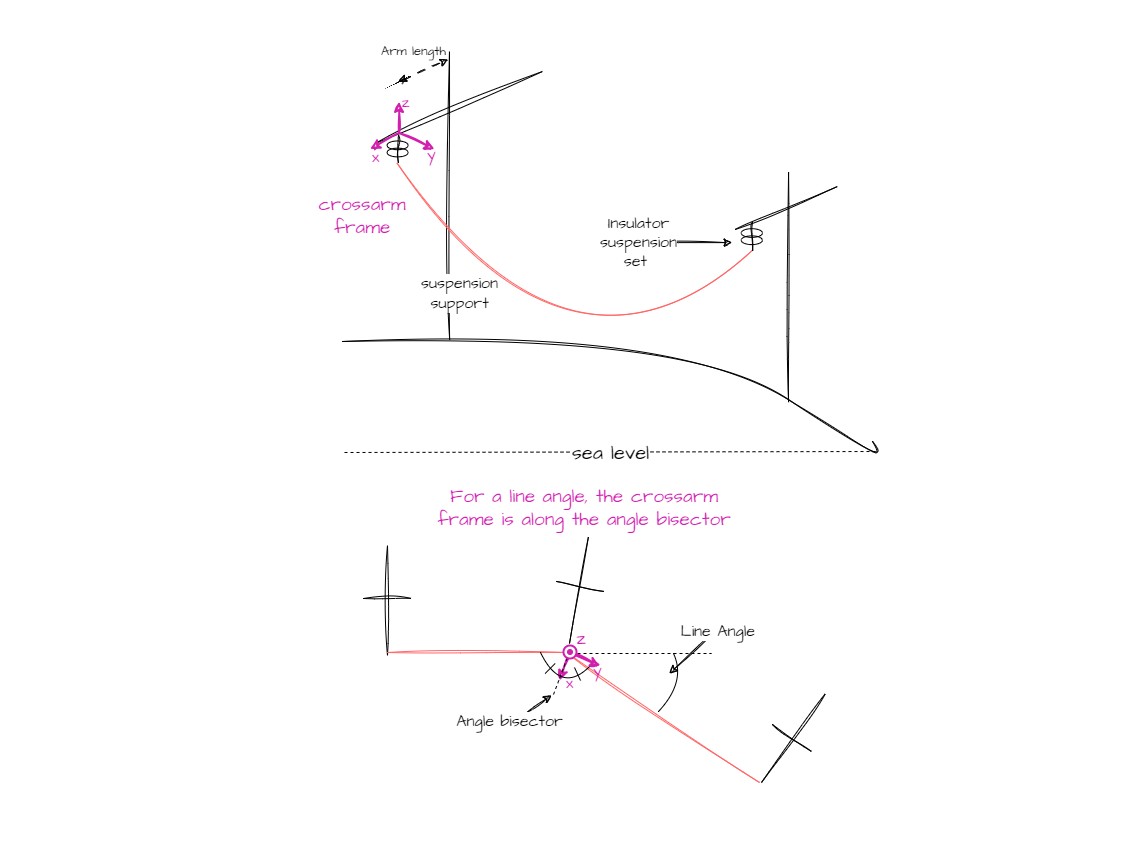
Earlier version of the draw.io export docs/user_guide/assets/support_frame.drawio.png (phlowers/mechaphlowers). Source tidied: cells renumbered, new cells last; positions are measured from the earlier drawing's top-left corner, leaving out a move shared by most shapes.
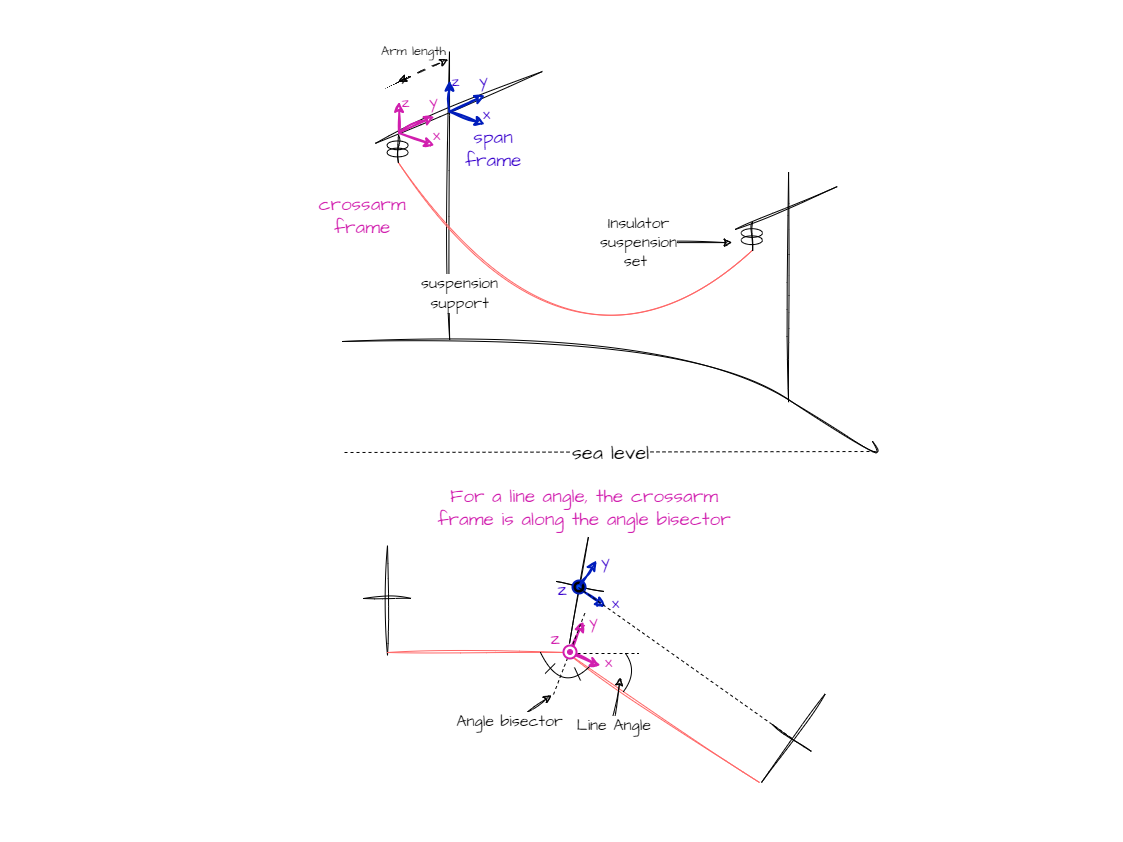
The same diagram one commit later.

The edit, as a diff of the source:
```diff
@@ -5,10 +5,11 @@
     <mxCell id="2" style="rounded=0;whiteSpace=wrap;html=1;labelBackgroundColor=none;sketch=0;hachureGap=4;jiggle=2;curveFitting=1;strokeWidth=2;fontFamily=Architects Daughter;fontSource=https%3A%2F%2Ffonts.googleapis.com%2Fcss%3Ffamily%3DArchitects%2BDaughter;fontSize=19;fontColor=#D11FAE;fillColor=default;gradientColor=none;arcSize=9;strokeColor=none;" parent="1" vertex="1">
       <mxGeometry x="-0.5" width="1120.1" height="840" as="geometry" />
     </mxCell>
-    <mxCell id="3" value="x" style="endArrow=classic;html=1;sketch=1;hachureGap=4;jiggle=2;curveFitting=1;fontFamily=Architects Daughter;fontSource=https%3A%2F%2Ffonts.googleapis.com%2Fcss%3Ffamily%3DArchitects%2BDaughter;fontSize=16;fillColor=#d80073;strokeColor=#D11FAE;fontColor=#d11fae;labelBackgroundColor=none;strokeWidth=2;" parent="1" edge="1">
-      <mxGeometry x="0.9" y="10" relative="1" as="geometry">
+    <mxCell id="3" value="y" style="endArrow=classic;html=1;sketch=1;hachureGap=4;jiggle=2;curveFitting=1;fontFamily=Architects Daughter;fontSource=https%3A%2F%2Ffonts.googleapis.com%2Fcss%3Ffamily%3DArchitects%2BDaughter;fontSize=16;fillColor=#d80073;strokeColor=#D11FAE;fontColor=#d11fae;labelBackgroundColor=none;strokeWidth=2;" parent="1" edge="1">
+      <mxGeometry x="1" y="-10" relative="1" as="geometry">
         <mxPoint x="568" y="652" as="sourcePoint" />
-        <mxPoint x="558" y="679" as="targetPoint" />
+        <mxPoint x="582" y="620" as="targetPoint" />
+        <mxPoint x="1" y="-4" as="offset" />
       </mxGeometry>
     </mxCell>
     <mxCell id="4" style="group;fontColor=#A50040;labelBackgroundColor=none;" parent="1" vertex="1">
@@ -17,7 +18,7 @@
     <mxCell id="5" style="endArrow=none;html=1;hachureGap=4;fontFamily=Architects Daughter;fontSource=https%3A%2F%2Ffonts.googleapis.com%2Fcss%3Ffamily%3DArchitects%2BDaughter;fontSize=16;dashed=1;" parent="4" edge="1">
       <mxGeometry relative="1" as="geometry">
         <mxPoint x="299" y="149" as="sourcePoint" />
-        <mxPoint x="316" y="104" as="targetPoint" />
+        <mxPoint x="331" y="66" as="targetPoint" />
       </mxGeometry>
     </mxCell>
     <mxCell id="6" style="endArrow=none;html=1;sketch=1;hachureGap=4;jiggle=2;curveFitting=1;fontFamily=Architects Daughter;fontSource=https%3A%2F%2Ffonts.googleapis.com%2Fcss%3Ffamily%3DArchitects%2BDaughter;fontSize=16;" parent="4" edge="1">
@@ -61,8 +62,8 @@
     </mxCell>
     <mxCell id="13" value="&amp;nbsp;Line Angle" style="endArrow=classic;startArrow=none;html=1;rounded=0;shadow=0;sketch=1;hachureGap=4;jiggle=2;curveFitting=1;strokeColor=default;fontFamily=Architects Daughter;fontSource=https%3A%2F%2Ffonts.googleapis.com%2Fcss%3Ffamily%3DArchitects%2BDaughter;fontSize=16;startSize=6;endSize=6;curved=1;jumpSize=6;startFill=0;" parent="4" edge="1">
       <mxGeometry x="-0.96" y="1" relative="1" as="geometry">
-        <mxPoint x="461" y="84.2" as="sourcePoint" />
-        <mxPoint x="415" y="128" as="targetPoint" />
+        <mxPoint x="357" y="181" as="sourcePoint" />
+        <mxPoint x="366" y="132" as="targetPoint" />
       </mxGeometry>
     </mxCell>
     <mxCell id="14" value="Angle bisector" style="endArrow=classic;startArrow=none;html=1;rounded=0;shadow=0;sketch=1;hachureGap=4;jiggle=2;curveFitting=1;strokeColor=default;fontFamily=Architects Daughter;fontSource=https%3A%2F%2Ffonts.googleapis.com%2Fcss%3Ffamily%3DArchitects%2BDaughter;fontSize=16;startSize=6;endSize=6;curved=1;jumpSize=6;startFill=0;" parent="4" edge="1">
@@ -75,15 +76,15 @@
     <mxCell id="15" style="endArrow=none;dashed=1;html=1;strokeWidth=1;hachureGap=4;fontFamily=Architects Daughter;fontSource=https%3A%2F%2Ffonts.googleapis.com%2Fcss%3Ffamily%3DArchitects%2BDaughter;fontSize=20;" parent="4" edge="1">
       <mxGeometry relative="1" as="geometry">
         <mxPoint x="317" y="108" as="sourcePoint" />
-        <mxPoint x="457" y="108" as="targetPoint" />
+        <mxPoint x="384" y="108" as="targetPoint" />
       </mxGeometry>
     </mxCell>
     <mxCell id="16" style="endArrow=none;html=1;sketch=0;hachureGap=4;jiggle=2;curveFitting=1;strokeWidth=1;fontFamily=Architects Daughter;fontSource=https%3A%2F%2Ffonts.googleapis.com%2Fcss%3Ffamily%3DArchitects%2BDaughter;fontSize=20;curved=1;" parent="4" edge="1">
       <mxGeometry relative="1" as="geometry">
-        <mxPoint x="404" y="166" as="sourcePoint" />
-        <mxPoint x="419" y="108" as="targetPoint" />
+        <mxPoint x="369" y="146" as="sourcePoint" />
+        <mxPoint x="371" y="108" as="targetPoint" />
         <Array as="points">
-          <mxPoint x="432" y="136" />
+          <mxPoint x="384" y="126" />
         </Array>
       </mxGeometry>
     </mxCell>
@@ -108,10 +109,11 @@
         <mxPoint x="320" y="122" as="targetPoint" />
       </mxGeometry>
     </mxCell>
-    <mxCell id="20" value="y" style="endArrow=classic;html=1;sketch=1;hachureGap=4;jiggle=2;curveFitting=1;fontFamily=Architects Daughter;fontSource=https%3A%2F%2Ffonts.googleapis.com%2Fcss%3Ffamily%3DArchitects%2BDaughter;fontSize=16;labelBackgroundColor=none;fontColor=#d11fae;fillColor=#d80073;strokeColor=#D11FAE;strokeWidth=2;" parent="4" edge="1">
-      <mxGeometry x="0.95" y="-6" relative="1" as="geometry">
+    <mxCell id="20" value="x" style="endArrow=classic;html=1;sketch=1;hachureGap=4;jiggle=2;curveFitting=1;fontFamily=Architects Daughter;fontSource=https%3A%2F%2Ffonts.googleapis.com%2Fcss%3Ffamily%3DArchitects%2BDaughter;fontSize=16;labelBackgroundColor=none;fontColor=#d11fae;fillColor=#d80073;strokeColor=#D11FAE;strokeWidth=2;" parent="4" edge="1">
+      <mxGeometry x="1" y="9" relative="1" as="geometry">
         <mxPoint x="315" y="108" as="sourcePoint" />
         <mxPoint x="346" y="120" as="targetPoint" />
+        <mxPoint x="5" y="5" as="offset" />
       </mxGeometry>
     </mxCell>
     <mxCell id="21" style="ellipse;whiteSpace=wrap;html=1;hachureGap=4;fontFamily=Architects Daughter;fontSource=https%3A%2F%2Ffonts.googleapis.com%2Fcss%3Ffamily%3DArchitects%2BDaughter;fontSize=19;fontColor=#d11fae;labelBackgroundColor=none;endArrow=classic;rounded=1;strokeColor=#D11FAE;fillColor=default;verticalAlign=middle;" parent="4" vertex="1">
@@ -124,7 +126,7 @@
       <mxGeometry x="313" y="104" width="5" height="5" as="geometry" />
     </mxCell>
     <mxCell id="24" value="z" style="text;html=1;strokeColor=none;fillColor=none;align=center;verticalAlign=middle;whiteSpace=wrap;rounded=0;labelBackgroundColor=none;sketch=0;hachureGap=4;jiggle=2;curveFitting=1;fontFamily=Architects Daughter;fontSource=https%3A%2F%2Ffonts.googleapis.com%2Fcss%3Ffamily%3DArchitects%2BDaughter;fontSize=19;fontColor=#D11FAE;" parent="4" vertex="1">
-      <mxGeometry x="317" y="84.2" width="20" height="20" as="geometry" />
+      <mxGeometry x="291" y="84.2" width="20" height="20" as="geometry" />
     </mxCell>
     <mxCell id="25" style="group;rotation=10.9;" parent="4" vertex="1">
       <mxGeometry x="301" y="-10" width="49" height="109" as="geometry" />
@@ -184,39 +186,6 @@
         <mxPoint x="369.6" y="171.1" as="targetPoint" />
       </mxGeometry>
     </mxCell>
-    <mxCell id="35" style="group;rotation=-90;" parent="28" vertex="1">
-      <mxGeometry x="20.5" y="67.6" width="57.8" height="21.6" as="geometry" />
-    </mxCell>
-    <mxCell id="36" style="ellipse;whiteSpace=wrap;html=1;shadow=0;hachureGap=4;strokeWidth=1;fontFamily=Architects Daughter;fontSource=https%3A%2F%2Ffonts.googleapis.com%2Fcss%3Ffamily%3DArchitects%2BDaughter;fontSize=20;fillColor=none;rotation=-90;" parent="35" vertex="1">
-      <mxGeometry x="10.3" y="2.9" width="8.6" height="21.1" as="geometry" />
-    </mxCell>
-    <mxCell id="37" style="line;strokeWidth=1;html=1;perimeter=backbonePerimeter;points=[];outlineConnect=0;sketch=1;hachureGap=4;jiggle=2;curveFitting=1;fontFamily=Architects Daughter;fontSource=https%3A%2F%2Ffonts.googleapis.com%2Fcss%3Ffamily%3DArchitects%2BDaughter;fontSize=20;direction=south;rotation=0;shadow=0;fillColor=#18141D;" parent="35" vertex="1">
-      <mxGeometry x="14.1" y="-4.3" width="2.6" height="28.1" as="geometry" />
-    </mxCell>
-    <mxCell id="38" style="ellipse;whiteSpace=wrap;html=1;shadow=0;hachureGap=4;strokeWidth=1;fontFamily=Architects Daughter;fontSource=https%3A%2F%2Ffonts.googleapis.com%2Fcss%3Ffamily%3DArchitects%2BDaughter;fontSize=20;fillColor=none;rotation=-90;" parent="35" vertex="1">
-      <mxGeometry x="10.3" y="-4.3" width="8.6" height="21.1" as="geometry" />
-    </mxCell>
-    <mxCell id="39" style="group;" parent="35" vertex="1">
-      <mxGeometry x="-13" y="-37.4" width="64.6" height="47.4" as="geometry" />
-    </mxCell>
-    <mxCell id="40" value="y" style="endArrow=classic;html=1;sketch=1;hachureGap=4;jiggle=2;curveFitting=1;fontFamily=Architects Daughter;fontSource=https%3A%2F%2Ffonts.googleapis.com%2Fcss%3Ffamily%3DArchitects%2BDaughter;fontSize=16;labelBackgroundColor=none;fontColor=#d11fae;fillColor=#d80073;strokeColor=#D11FAE;strokeWidth=2;" parent="39" edge="1">
-      <mxGeometry x="0.95" y="-6" relative="1" as="geometry">
-        <mxPoint x="29.1" y="31.2" as="sourcePoint" />
-        <mxPoint x="64.6" y="47.4" as="targetPoint" />
-      </mxGeometry>
-    </mxCell>
-    <mxCell id="41" value="z" style="endArrow=classic;html=1;sketch=1;hachureGap=4;jiggle=2;curveFitting=1;fontFamily=Architects Daughter;fontSource=https%3A%2F%2Ffonts.googleapis.com%2Fcss%3Ffamily%3DArchitects%2BDaughter;fontSize=16;labelBackgroundColor=none;fontColor=#d11fae;fillColor=#d80073;strokeColor=#D11FAE;strokeWidth=2;" parent="39" edge="1">
-      <mxGeometry x="0.95" y="-6" relative="1" as="geometry">
-        <mxPoint x="29.1" y="30.6" as="sourcePoint" />
-        <mxPoint x="29.1" as="targetPoint" />
-      </mxGeometry>
-    </mxCell>
-    <mxCell id="42" value="x" style="endArrow=classic;html=1;sketch=1;hachureGap=4;jiggle=2;curveFitting=1;fontFamily=Architects Daughter;fontSource=https%3A%2F%2Ffonts.googleapis.com%2Fcss%3Ffamily%3DArchitects%2BDaughter;fontSize=16;fillColor=#d80073;strokeColor=#D11FAE;fontColor=#d11fae;labelBackgroundColor=none;strokeWidth=2;" parent="39" edge="1">
-      <mxGeometry x="0.9" y="10" relative="1" as="geometry">
-        <mxPoint x="29.1" y="31.2" as="sourcePoint" />
-        <mxPoint y="47.4" as="targetPoint" />
-      </mxGeometry>
-    </mxCell>
     <mxCell id="43" style="group;rotation=-90;" parent="28" vertex="1">
       <mxGeometry x="374.7" y="155.3" width="26.5" height="21.6" as="geometry" />
     </mxCell>
@@ -242,6 +211,37 @@
         <mxPoint x="514.7" y="380" as="targetPoint" />
       </mxGeometry>
     </mxCell>
+    <mxCell id="36" style="ellipse;whiteSpace=wrap;html=1;shadow=0;hachureGap=4;strokeWidth=1;fontFamily=Architects Daughter;fontSource=https%3A%2F%2Ffonts.googleapis.com%2Fcss%3Ffamily%3DArchitects%2BDaughter;fontSize=20;fillColor=none;rotation=-90;" parent="28" vertex="1">
+      <mxGeometry x="30.8" y="70.5" width="8.6" height="21.1" as="geometry" />
+    </mxCell>
+    <mxCell id="37" style="line;strokeWidth=1;html=1;perimeter=backbonePerimeter;points=[];outlineConnect=0;sketch=1;hachureGap=4;jiggle=2;curveFitting=1;fontFamily=Architects Daughter;fontSource=https%3A%2F%2Ffonts.googleapis.com%2Fcss%3Ffamily%3DArchitects%2BDaughter;fontSize=20;direction=south;rotation=0;shadow=0;fillColor=#18141D;" parent="28" vertex="1">
+      <mxGeometry x="34.7" y="63.3" width="2.6" height="28.1" as="geometry" />
+    </mxCell>
+    <mxCell id="38" style="ellipse;whiteSpace=wrap;html=1;shadow=0;hachureGap=4;strokeWidth=1;fontFamily=Architects Daughter;fontSource=https%3A%2F%2Ffonts.googleapis.com%2Fcss%3Ffamily%3DArchitects%2BDaughter;fontSize=20;fillColor=none;rotation=-90;" parent="28" vertex="1">
+      <mxGeometry x="30.8" y="63.3" width="8.6" height="21.1" as="geometry" />
+    </mxCell>
+    <mxCell id="40" value="y" style="endArrow=classic;html=1;sketch=1;hachureGap=4;jiggle=2;curveFitting=1;fontFamily=Architects Daughter;fontSource=https%3A%2F%2Ffonts.googleapis.com%2Fcss%3Ffamily%3DArchitects%2BDaughter;fontSize=16;labelBackgroundColor=none;fontColor=#d11fae;fillColor=#d80073;strokeColor=#D11FAE;strokeWidth=2;" parent="28" edge="1">
+      <mxGeometry x="1" y="15" relative="1" as="geometry">
+        <mxPoint x="36.6" y="61.4" as="sourcePoint" />
+        <mxPoint x="72" y="45" as="targetPoint" />
+        <mxPoint x="5" y="-1" as="offset" />
+      </mxGeometry>
+    </mxCell>
+    <mxCell id="41" value="z" style="endArrow=classic;html=1;sketch=1;hachureGap=4;jiggle=2;curveFitting=1;fontFamily=Architects Daughter;fontSource=https%3A%2F%2Ffonts.googleapis.com%2Fcss%3Ffamily%3DArchitects%2BDaughter;fontSize=16;labelBackgroundColor=none;fontColor=#d11fae;fillColor=#d80073;strokeColor=#D11FAE;strokeWidth=2;" parent="28" edge="1">
+      <mxGeometry x="0.95" y="-6" relative="1" as="geometry">
+        <mxPoint x="36.6" y="60.9" as="sourcePoint" />
+        <mxPoint x="36.6" y="30.2" as="targetPoint" />
+      </mxGeometry>
+    </mxCell>
+    <mxCell id="42" value="x" style="endArrow=classic;html=1;sketch=1;hachureGap=4;jiggle=2;curveFitting=1;fontFamily=Architects Daughter;fontSource=https%3A%2F%2Ffonts.googleapis.com%2Fcss%3Ffamily%3DArchitects%2BDaughter;fontSize=16;fillColor=#d80073;strokeColor=#D11FAE;fontColor=#d11fae;labelBackgroundColor=none;strokeWidth=2;" parent="28" edge="1">
+      <mxGeometry x="0.9" y="10" relative="1" as="geometry">
+        <mxPoint x="36.6" y="61.4" as="sourcePoint" />
+        <mxPoint x="72" y="74" as="targetPoint" />
+      </mxGeometry>
+    </mxCell>
+    <mxCell id="52" value="span frame" style="text;html=1;strokeColor=none;fillColor=none;align=center;verticalAlign=middle;whiteSpace=wrap;rounded=0;labelBackgroundColor=none;sketch=0;hachureGap=4;jiggle=2;curveFitting=1;strokeWidth=2;fontFamily=Architects Daughter;fontSource=https%3A%2F%2Ffonts.googleapis.com%2Fcss%3Ffamily%3DArchitects%2BDaughter;fontSize=19;fontColor=#3700CC;" parent="28" vertex="1">
+      <mxGeometry x="101" y="63.3" width="60" height="30" as="geometry" />
+    </mxCell>
     <mxCell id="49" value="crossarm frame" style="text;html=1;strokeColor=none;fillColor=none;align=center;verticalAlign=middle;whiteSpace=wrap;rounded=0;labelBackgroundColor=none;sketch=0;hachureGap=4;jiggle=2;curveFitting=1;strokeWidth=2;fontFamily=Architects Daughter;fontSource=https%3A%2F%2Ffonts.googleapis.com%2Fcss%3Ffamily%3DArchitects%2BDaughter;fontSize=19;fontColor=#D11FAE;" parent="1" vertex="1">
       <mxGeometry x="331" y="200" width="60" height="30" as="geometry" />
     </mxCell>
@@ -254,5 +254,53 @@
         <mxPoint x="446.7" y="58" as="targetPoint" />
       </mxGeometry>
     </mxCell>
+    <mxCell id="53" value="x" style="endArrow=classic;html=1;sketch=1;hachureGap=4;jiggle=2;curveFitting=1;fontFamily=Architects Daughter;fontSource=https%3A%2F%2Ffonts.googleapis.com%2Fcss%3Ffamily%3DArchitects%2BDaughter;fontSize=16;fillColor=#0050ef;strokeColor=#001DBC;fontColor=#3700CC;labelBackgroundColor=none;strokeWidth=2;" parent="1" edge="1">
+      <mxGeometry x="0.9" y="10" relative="1" as="geometry">
+        <mxPoint x="448" y="110.2" as="sourcePoint" />
+        <mxPoint x="483.4" y="122.8" as="targetPoint" />
+      </mxGeometry>
+    </mxCell>
+    <mxCell id="54" value="y" style="endArrow=classic;html=1;sketch=1;hachureGap=4;jiggle=2;curveFitting=1;fontFamily=Architects Daughter;fontSource=https%3A%2F%2Ffonts.googleapis.com%2Fcss%3Ffamily%3DArchitects%2BDaughter;fontSize=16;labelBackgroundColor=none;fontColor=#3700CC;fillColor=#0050ef;strokeColor=#001DBC;strokeWidth=2;" parent="1" edge="1">
+      <mxGeometry x="1" y="15" relative="1" as="geometry">
+        <mxPoint x="448" y="110.2" as="sourcePoint" />
+        <mxPoint x="483.4" y="93.8" as="targetPoint" />
+        <mxPoint x="5" y="-1" as="offset" />
+      </mxGeometry>
+    </mxCell>
+    <mxCell id="55" value="z" style="endArrow=classic;html=1;sketch=1;hachureGap=4;jiggle=2;curveFitting=1;fontFamily=Architects Daughter;fontSource=https%3A%2F%2Ffonts.googleapis.com%2Fcss%3Ffamily%3DArchitects%2BDaughter;fontSize=16;labelBackgroundColor=none;fontColor=#3700CC;fillColor=#0050ef;strokeColor=#001DBC;strokeWidth=2;" parent="1" edge="1">
+      <mxGeometry x="0.95" y="-6" relative="1" as="geometry">
+        <mxPoint x="448" y="109.6" as="sourcePoint" />
+        <mxPoint x="448" y="79" as="targetPoint" />
+      </mxGeometry>
+    </mxCell>
+    <mxCell id="56" value="x" style="endArrow=classic;html=1;sketch=1;hachureGap=4;jiggle=2;curveFitting=1;fontFamily=Architects Daughter;fontSource=https%3A%2F%2Ffonts.googleapis.com%2Fcss%3Ffamily%3DArchitects%2BDaughter;fontSize=16;labelBackgroundColor=none;fontColor=#3700CC;fillColor=#0050ef;strokeColor=#001DBC;strokeWidth=2;" parent="1" edge="1">
+      <mxGeometry x="1" y="9" relative="1" as="geometry">
+        <mxPoint x="577" y="587" as="sourcePoint" />
+        <mxPoint x="604" y="605" as="targetPoint" />
+        <mxPoint x="5" y="5" as="offset" />
+      </mxGeometry>
+    </mxCell>
+    <mxCell id="57" style="ellipse;whiteSpace=wrap;html=1;hachureGap=4;fontFamily=Architects Daughter;fontSource=https%3A%2F%2Ffonts.googleapis.com%2Fcss%3Ffamily%3DArchitects%2BDaughter;fontSize=19;fontColor=#ffffff;labelBackgroundColor=none;endArrow=classic;rounded=1;strokeColor=#001DBC;fillColor=#000000;verticalAlign=middle;strokeWidth=2;" parent="1" vertex="1">
+      <mxGeometry x="571" y="579" width="13" height="13" as="geometry" />
+    </mxCell>
+    <mxCell id="58" value="y" style="endArrow=classic;html=1;sketch=1;hachureGap=4;jiggle=2;curveFitting=1;fontFamily=Architects Daughter;fontSource=https%3A%2F%2Ffonts.googleapis.com%2Fcss%3Ffamily%3DArchitects%2BDaughter;fontSize=16;fillColor=#0050ef;strokeColor=#001DBC;fontColor=#3700CC;labelBackgroundColor=none;strokeWidth=2;" parent="1" edge="1">
+      <mxGeometry x="1" y="-10" relative="1" as="geometry">
+        <mxPoint x="577" y="587" as="sourcePoint" />
+        <mxPoint x="595" y="559" as="targetPoint" />
+        <mxPoint x="1" y="-4" as="offset" />
+      </mxGeometry>
+    </mxCell>
+    <mxCell id="59" style="ellipse;whiteSpace=wrap;html=1;hachureGap=4;fontFamily=Architects Daughter;fontSource=https%3A%2F%2Ffonts.googleapis.com%2Fcss%3Ffamily%3DArchitects%2BDaughter;fontSize=19;fontColor=#ffffff;labelBackgroundColor=none;endArrow=classic;rounded=1;strokeColor=#001DBC;fillColor=#0050ef;verticalAlign=middle;" parent="1" vertex="1">
+      <mxGeometry x="574.8" y="583" width="5" height="5" as="geometry" />
+    </mxCell>
+    <mxCell id="60" style="endArrow=none;dashed=1;html=1;strokeWidth=1;hachureGap=4;fontFamily=Architects Daughter;fontSource=https%3A%2F%2Ffonts.googleapis.com%2Fcss%3Ffamily%3DArchitects%2BDaughter;fontSize=20;" parent="1" edge="1">
+      <mxGeometry relative="1" as="geometry">
+        <mxPoint x="577" y="586" as="sourcePoint" />
+        <mxPoint x="792" y="738" as="targetPoint" />
+      </mxGeometry>
+    </mxCell>
+    <mxCell id="61" value="z" style="text;html=1;strokeColor=none;fillColor=none;align=center;verticalAlign=middle;whiteSpace=wrap;rounded=0;labelBackgroundColor=none;sketch=0;hachureGap=4;jiggle=2;curveFitting=1;fontFamily=Architects Daughter;fontSource=https%3A%2F%2Ffonts.googleapis.com%2Fcss%3Ffamily%3DArchitects%2BDaughter;fontSize=19;fontColor=#3700CC;" parent="1" vertex="1">
+      <mxGeometry x="551" y="578.5" width="20" height="20" as="geometry" />
+    </mxCell>
   </root>
 </mxGraphModel>
```
